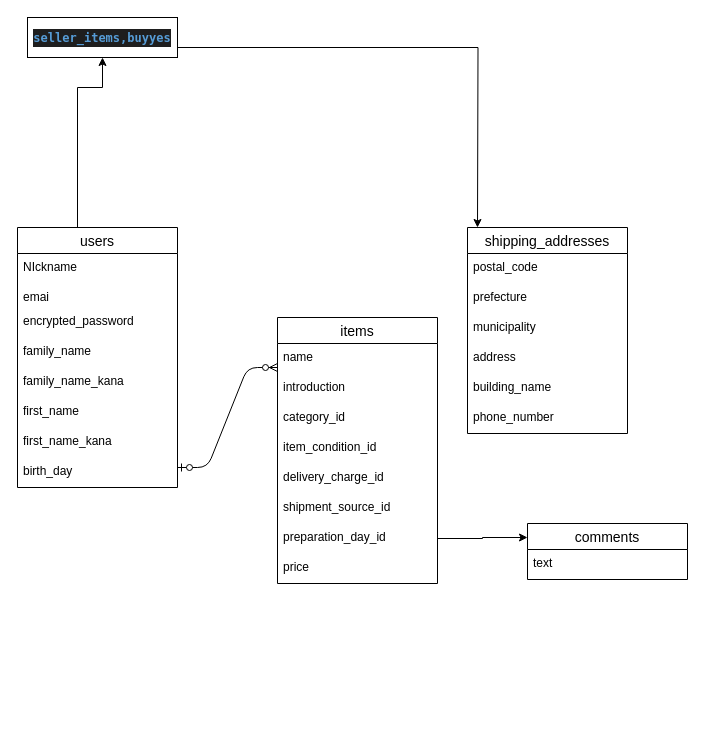
Earlier version of the draw.io diagram test.dio (Itsme-reina/furima-34355). Source tidied: cells renumbered, new cells numbered last; positions are measured from the earlier drawing's top-left corner, leaving out a move shared by most shapes. Both pictures are drawn from the tidied source at 100%, with x=0, y=0 at pixel (17, 17).
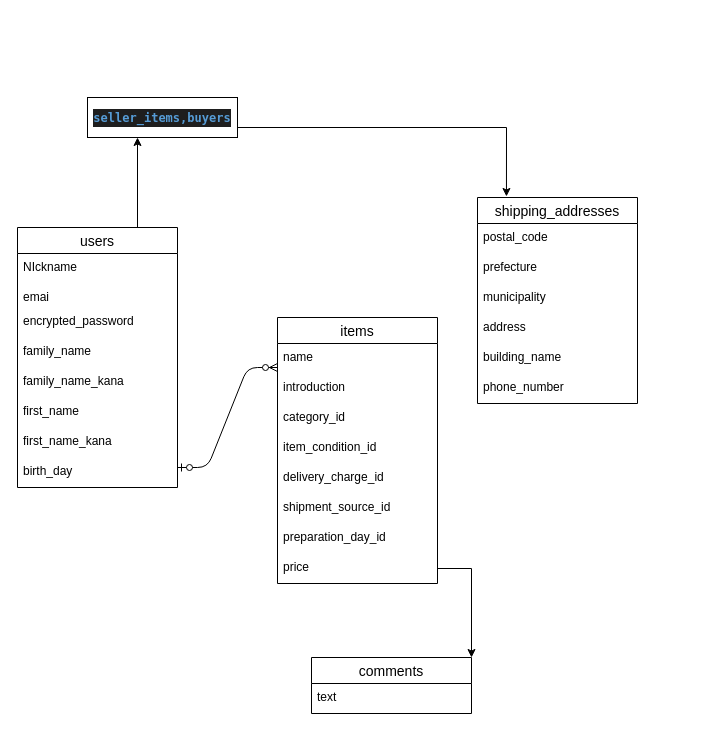
Above is the later version.

Commit message:
READE ME修正

Unchanged cells that the change refers to:
```xml
<mxCell id="3" value="users" style="swimlane;fontStyle=0;horizontal=1;startSize=26;align=center;fontSize=14;" parent="1" vertex="1">
  <mxGeometry y="210" width="160" height="260" as="geometry" />
</mxCell>
<mxCell id="19" value="preparation_day_id" style="text;strokeColor=none;fillColor=none;spacingLeft=4;spacingRight=4;overflow=hidden;points=[[0,0.5],[1,0.5]];portConstraint=eastwest;fontSize=12;" parent="12" vertex="1">
  <mxGeometry y="206" width="160" height="30" as="geometry" />
</mxCell>
<mxCell id="20" value="price" style="text;strokeColor=none;fillColor=none;spacingLeft=4;spacingRight=4;overflow=hidden;points=[[0,0.5],[1,0.5]];portConstraint=eastwest;fontSize=12;" parent="12" vertex="1">
  <mxGeometry y="236" width="160" height="30" as="geometry" />
</mxCell>
```

The edit, as a diff of the source:
```diff
@@
-    <mxCell id="2" style="edgeStyle=orthogonalEdgeStyle;rounded=0;jettySize=auto;html=1;exitX=0.75;exitY=0;exitDx=0;exitDy=0;entryX=0.5;entryY=1;entryDx=0;entryDy=0;" parent="1" edge="1" source="3" target="23">
-      <mxGeometry relative="1" as="geometry">
-        <Array as="points">
-          <mxPoint x="60" y="210" />
-          <mxPoint x="60" y="70" />
-          <mxPoint x="85" y="70" />
-        </Array>
-      </mxGeometry>
-    </mxCell>
+    <mxCell id="34" style="edgeStyle=orthogonalEdgeStyle;rounded=0;jettySize=auto;html=1;exitX=0.75;exitY=0;exitDx=0;exitDy=0;" parent="1" edge="1" source="3">
+      <mxGeometry relative="1" as="geometry">
+        <mxPoint x="120" y="120" as="targetPoint" />
+        <Array as="points">
+          <mxPoint x="120" y="120" />
+          <mxPoint x="120" y="120" />
+        </Array>
+      </mxGeometry>
+    </mxCell>
@@
     <mxCell id="21" value="comments" style="swimlane;fontStyle=0;horizontal=1;startSize=26;align=center;fontSize=14;" parent="1" vertex="1">
-      <mxGeometry x="510" y="506" width="160" height="56" as="geometry" />
+      <mxGeometry x="294" y="640" width="160" height="56" as="geometry" />
     </mxCell>
@@
+    <mxCell id="35" style="edgeStyle=orthogonalEdgeStyle;rounded=0;jettySize=auto;html=1;exitX=1;exitY=0.75;exitDx=0;exitDy=0;entryX=0.181;entryY=-0.005;entryDx=0;entryDy=0;entryPerimeter=0;" parent="1" edge="1" source="23" target="25">
+      <mxGeometry relative="1" as="geometry" />
+    </mxCell>
-    <mxCell id="23" value="&lt;div style=&quot;color: rgb(212 , 212 , 212) ; background-color: rgb(30 , 30 , 30) ; font-family: &amp;#34;menlo&amp;#34; , &amp;#34;monaco&amp;#34; , &amp;#34;courier new&amp;#34; , monospace ; line-height: 18px&quot;&gt;&lt;span style=&quot;color: #569cd6 ; font-weight: bold&quot;&gt;seller_items,buyyes&lt;/span&gt;&lt;/div&gt;" style="whiteSpace=wrap;html=1;align=center;" parent="1" vertex="1">
-      <mxGeometry x="10" width="150" height="40" as="geometry" />
+    <mxCell id="23" value="&lt;div style=&quot;color: rgb(212 , 212 , 212) ; background-color: rgb(30 , 30 , 30) ; font-family: &amp;#34;menlo&amp;#34; , &amp;#34;monaco&amp;#34; , &amp;#34;courier new&amp;#34; , monospace ; line-height: 18px&quot;&gt;&lt;span style=&quot;color: #569cd6 ; font-weight: bold&quot;&gt;seller_items,buyers&lt;/span&gt;&lt;/div&gt;" style="whiteSpace=wrap;html=1;align=center;" parent="1" vertex="1">
+      <mxGeometry x="70" y="80" width="150" height="40" as="geometry" />
     </mxCell>
-    <mxCell id="24" style="edgeStyle=orthogonalEdgeStyle;rounded=0;jettySize=auto;html=1;exitX=1;exitY=0.75;exitDx=0;exitDy=0;" parent="1" edge="1" source="23">
-      <mxGeometry relative="1" as="geometry">
-        <mxPoint x="460" y="210" as="targetPoint" />
-      </mxGeometry>
-    </mxCell>
     <mxCell id="25" value="shipping_addresses" style="swimlane;fontStyle=0;horizontal=1;startSize=26;align=center;fontSize=14;" parent="1" vertex="1">
-      <mxGeometry x="450" y="210" width="160" height="206" as="geometry" />
+      <mxGeometry x="460" y="180" width="160" height="206" as="geometry" />
     </mxCell>
@@
-    <mxCell id="33" style="edgeStyle=orthogonalEdgeStyle;rounded=0;jettySize=auto;html=1;exitX=1;exitY=0.5;exitDx=0;exitDy=0;entryX=0;entryY=0.25;entryDx=0;entryDy=0;" parent="1" edge="1" source="19" target="21">
-      <mxGeometry relative="1" as="geometry" />
-    </mxCell>
+    <mxCell id="36" style="edgeStyle=orthogonalEdgeStyle;rounded=0;jettySize=auto;html=1;exitX=1;exitY=0.5;exitDx=0;exitDy=0;entryX=1;entryY=0;entryDx=0;entryDy=0;" parent="1" edge="1" source="20" target="21">
+      <mxGeometry relative="1" as="geometry" />
+    </mxCell>
```
